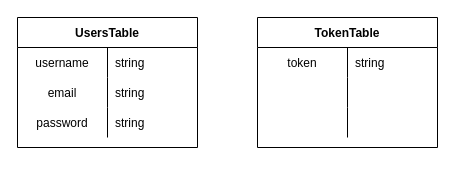
Above: feature/fades_auth_db.drawio in ShiryaevNikolay/diagrams (draw.io), before the change. Source tidied: cells renumbered, new cells numbered last; positions are measured from the earlier drawing's top-left corner, leaving out a move shared by most shapes. Both pictures are drawn from the tidied source at 100%, with x=0, y=0 at pixel (17, 17).
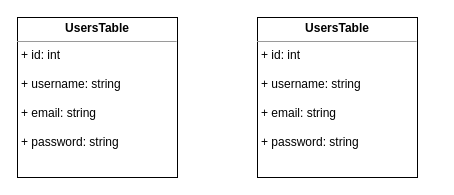
The same diagram, later.

The edit, as a diff of the source:
```diff
@@
-    <mxCell id="2" value="UsersTable" style="shape=table;startSize=30;childLayout=tableLayout;rowLines=0;fontStyle=1;align=center;" parent="1" vertex="1">
-      <mxGeometry width="180" height="130" as="geometry" />
-    </mxCell>
-    <mxCell id="3" style="shape=tableRow;horizontal=0;startSize=0;swimlaneHead=0;swimlaneBody=0;fillColor=none;top=0;left=0;right=0;bottom=0;" parent="2" vertex="1">
-      <mxGeometry y="30" width="180" height="30" as="geometry" />
-    </mxCell>
-    <mxCell id="4" value="username" style="shape=partialRectangle;fillColor=none;top=0;left=0;bottom=0;right=0;overflow=hidden;" parent="3" vertex="1">
-      <mxGeometry width="90" height="30" as="geometry" />
-    </mxCell>
-    <mxCell id="5" value="string" style="shape=partialRectangle;fillColor=none;top=0;left=0;bottom=0;right=0;align=left;spacingLeft=6;overflow=hidden;" parent="3" vertex="1">
-      <mxGeometry x="90" width="90" height="30" as="geometry" />
-    </mxCell>
-    <mxCell id="6" style="shape=tableRow;horizontal=0;startSize=0;swimlaneHead=0;swimlaneBody=0;fillColor=none;top=0;left=0;right=0;bottom=0;" parent="2" vertex="1">
-      <mxGeometry y="60" width="180" height="30" as="geometry" />
-    </mxCell>
-    <mxCell id="7" value="email" style="shape=partialRectangle;fillColor=none;top=0;left=0;bottom=0;right=0;overflow=hidden;" parent="6" vertex="1">
-      <mxGeometry width="90" height="30" as="geometry" />
-    </mxCell>
-    <mxCell id="8" value="string" style="shape=partialRectangle;fillColor=none;top=0;left=0;bottom=0;right=0;align=left;spacingLeft=6;overflow=hidden;" parent="6" vertex="1">
-      <mxGeometry x="90" width="90" height="30" as="geometry" />
-    </mxCell>
-    <mxCell id="9" style="shape=tableRow;horizontal=0;startSize=0;swimlaneHead=0;swimlaneBody=0;fillColor=none;top=0;left=0;right=0;bottom=0;" parent="2" vertex="1">
-      <mxGeometry y="90" width="180" height="30" as="geometry" />
-    </mxCell>
-    <mxCell id="10" value="password" style="shape=partialRectangle;fillColor=none;top=0;left=0;bottom=0;right=0;overflow=hidden;" parent="9" vertex="1">
-      <mxGeometry width="90" height="30" as="geometry" />
-    </mxCell>
-    <mxCell id="11" value="string" style="shape=partialRectangle;fillColor=none;top=0;left=0;bottom=0;right=0;align=left;spacingLeft=6;overflow=hidden;" parent="9" vertex="1">
-      <mxGeometry x="90" width="90" height="30" as="geometry" />
-    </mxCell>
-    <mxCell id="12" value="TokenTable" style="shape=table;startSize=30;childLayout=tableLayout;rowLines=0;fontStyle=1;align=center;" parent="1" vertex="1">
-      <mxGeometry x="240" width="180" height="130" as="geometry" />
-    </mxCell>
-    <mxCell id="13" style="shape=tableRow;horizontal=0;startSize=0;swimlaneHead=0;swimlaneBody=0;fillColor=none;top=0;left=0;right=0;bottom=0;" parent="12" vertex="1">
-      <mxGeometry y="30" width="180" height="30" as="geometry" />
-    </mxCell>
-    <mxCell id="14" value="token" style="shape=partialRectangle;fillColor=none;top=0;left=0;bottom=0;right=0;overflow=hidden;" parent="13" vertex="1">
-      <mxGeometry width="90" height="30" as="geometry" />
-    </mxCell>
-    <mxCell id="15" value="string" style="shape=partialRectangle;fillColor=none;top=0;left=0;bottom=0;right=0;align=left;spacingLeft=6;overflow=hidden;" parent="13" vertex="1">
-      <mxGeometry x="90" width="90" height="30" as="geometry" />
-    </mxCell>
-    <mxCell id="16" style="shape=tableRow;horizontal=0;startSize=0;swimlaneHead=0;swimlaneBody=0;fillColor=none;top=0;left=0;right=0;bottom=0;" parent="12" vertex="1">
-      <mxGeometry y="60" width="180" height="30" as="geometry" />
-    </mxCell>
-    <mxCell id="17" style="shape=partialRectangle;fillColor=none;top=0;left=0;bottom=0;right=0;overflow=hidden;" parent="16" vertex="1">
-      <mxGeometry width="90" height="30" as="geometry" />
-    </mxCell>
-    <mxCell id="18" style="shape=partialRectangle;fillColor=none;top=0;left=0;bottom=0;right=0;align=left;spacingLeft=6;overflow=hidden;" parent="16" vertex="1">
-      <mxGeometry x="90" width="90" height="30" as="geometry" />
-    </mxCell>
-    <mxCell id="19" style="shape=tableRow;horizontal=0;startSize=0;swimlaneHead=0;swimlaneBody=0;fillColor=none;top=0;left=0;right=0;bottom=0;" parent="12" vertex="1">
-      <mxGeometry y="90" width="180" height="30" as="geometry" />
-    </mxCell>
-    <mxCell id="20" style="shape=partialRectangle;fillColor=none;top=0;left=0;bottom=0;right=0;overflow=hidden;" parent="19" vertex="1">
-      <mxGeometry width="90" height="30" as="geometry" />
-    </mxCell>
-    <mxCell id="21" style="shape=partialRectangle;fillColor=none;top=0;left=0;bottom=0;right=0;align=left;spacingLeft=6;overflow=hidden;" parent="19" vertex="1">
-      <mxGeometry x="90" width="90" height="30" as="geometry" />
-    </mxCell>
+    <mxCell id="22" value="&lt;p style=&quot;margin: 0px ; margin-top: 4px ; text-align: center&quot;&gt;&lt;b&gt;UsersTable&lt;/b&gt;&lt;/p&gt;&lt;hr size=&quot;1&quot;&gt;&lt;p style=&quot;margin: 0px ; margin-left: 4px&quot;&gt;+ id: int&lt;/p&gt;&lt;p style=&quot;margin: 0px ; margin-left: 4px&quot;&gt;&lt;br&gt;&lt;/p&gt;&lt;p style=&quot;margin: 0px ; margin-left: 4px&quot;&gt;+ username: string&lt;/p&gt;&lt;p style=&quot;margin: 0px ; margin-left: 4px&quot;&gt;&lt;br&gt;&lt;/p&gt;&lt;p style=&quot;margin: 0px ; margin-left: 4px&quot;&gt;+ email: string&lt;/p&gt;&lt;p style=&quot;margin: 0px ; margin-left: 4px&quot;&gt;&lt;br&gt;&lt;/p&gt;&lt;p style=&quot;margin: 0px ; margin-left: 4px&quot;&gt;+ password: string&lt;/p&gt;" style="verticalAlign=top;align=left;overflow=fill;fontSize=12;fontFamily=Helvetica;html=1;" parent="1" vertex="1">
+      <mxGeometry width="160" height="160" as="geometry" />
+    </mxCell>
+    <mxCell id="23" value="&lt;p style=&quot;margin: 0px ; margin-top: 4px ; text-align: center&quot;&gt;&lt;b&gt;UsersTable&lt;/b&gt;&lt;/p&gt;&lt;hr size=&quot;1&quot;&gt;&lt;p style=&quot;margin: 0px ; margin-left: 4px&quot;&gt;+ id: int&lt;/p&gt;&lt;p style=&quot;margin: 0px ; margin-left: 4px&quot;&gt;&lt;br&gt;&lt;/p&gt;&lt;p style=&quot;margin: 0px ; margin-left: 4px&quot;&gt;+ username: string&lt;/p&gt;&lt;p style=&quot;margin: 0px ; margin-left: 4px&quot;&gt;&lt;br&gt;&lt;/p&gt;&lt;p style=&quot;margin: 0px ; margin-left: 4px&quot;&gt;+ email: string&lt;/p&gt;&lt;p style=&quot;margin: 0px ; margin-left: 4px&quot;&gt;&lt;br&gt;&lt;/p&gt;&lt;p style=&quot;margin: 0px ; margin-left: 4px&quot;&gt;+ password: string&lt;/p&gt;" style="verticalAlign=top;align=left;overflow=fill;fontSize=12;fontFamily=Helvetica;html=1;" parent="1" vertex="1">
+      <mxGeometry x="240" width="160" height="160" as="geometry" />
+    </mxCell>
```
